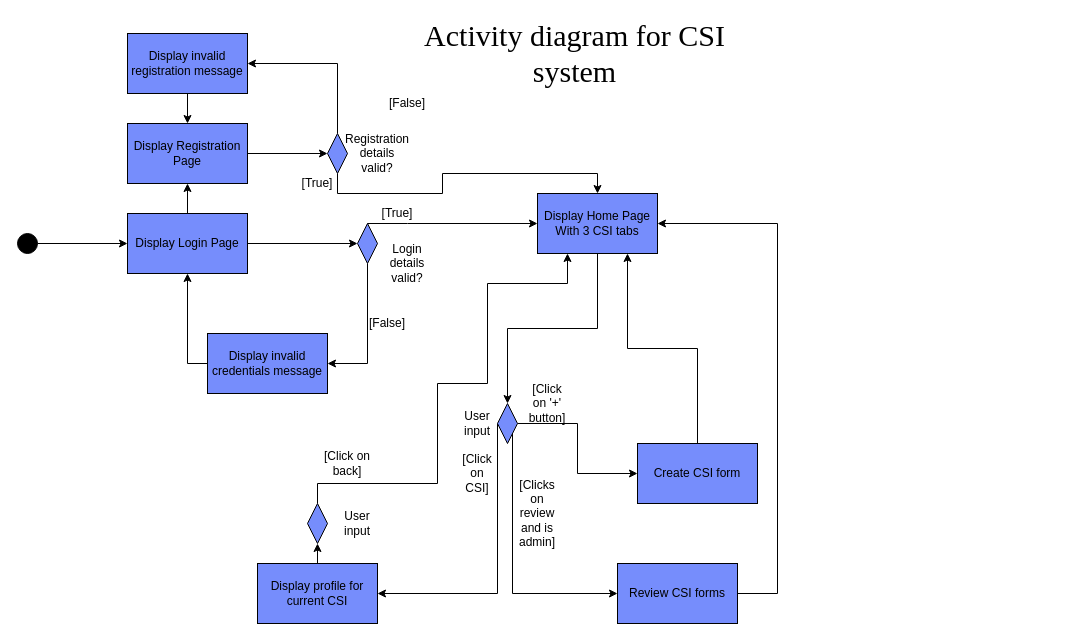
This is Diagrams/Activity Diagram.drawio from Makizoro/Overclock, a draw.io file, before an edit. Source tidied: cells renumbered, new cells numbered last; positions are measured from the earlier drawing's top-left corner, leaving out a move shared by most shapes. Both pictures are drawn from the tidied source at 100%, with x=0, y=0 at pixel (17, 33).
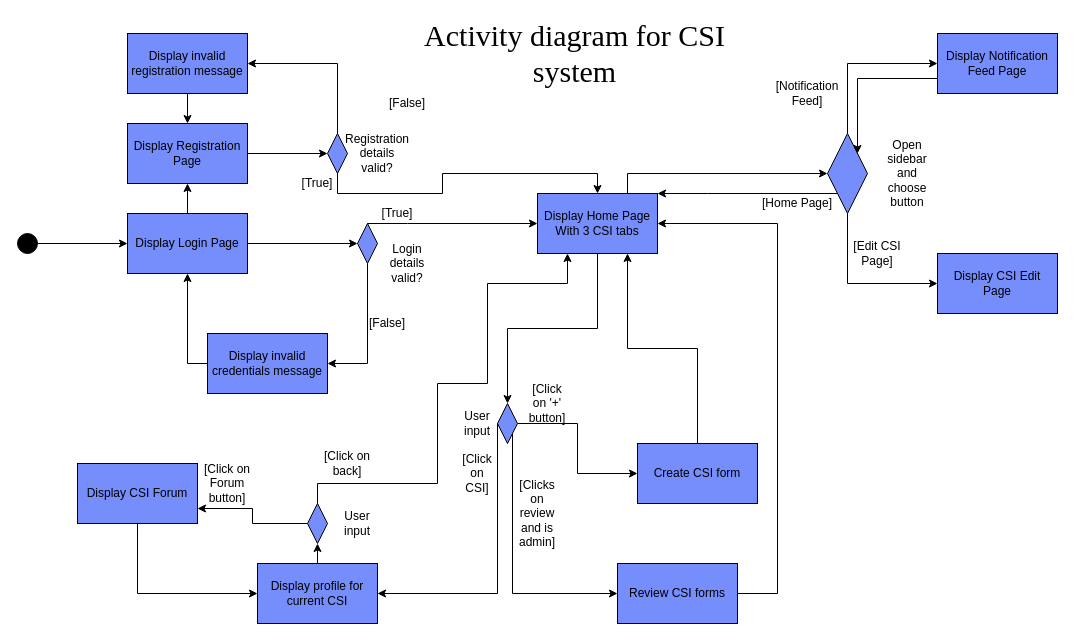
The same diagram, later.

Unchanged cells that the change refers to:
```xml
<mxCell id="15" value="Display Home Page&lt;br&gt;With 3 CSI tabs" style="rounded=0;whiteSpace=wrap;html=1;fillColor=#768DFC;strokeColor=#000000;" parent="1" vertex="1">
  <mxGeometry x="520" y="160" width="120" height="60" as="geometry" />
</mxCell>
<mxCell id="24" value="Display profile for current CSI" style="rounded=0;whiteSpace=wrap;html=1;fillColor=#768DFC;strokeColor=#000000;" parent="1" vertex="1">
  <mxGeometry x="240" y="530" width="120" height="60" as="geometry" />
</mxCell>
<mxCell id="43" style="rhombus;whiteSpace=wrap;html=1;fillColor=#768DFC;strokeColor=#000000;" parent="1" vertex="1">
  <mxGeometry x="290" y="470" width="20" height="40" as="geometry" />
</mxCell>
```

The edit, as a diff of the source:
```diff
@@
+    <mxCell id="46" style="edgeStyle=orthogonalEdgeStyle;rounded=0;jettySize=auto;html=1;exitX=0.75;exitY=0;exitDx=0;exitDy=0;entryX=0;entryY=0.5;entryDx=0;entryDy=0;" parent="1" edge="1" source="15" target="51">
+      <mxGeometry relative="1" as="geometry" />
+    </mxCell>
@@
+    <mxCell id="47" style="edgeStyle=orthogonalEdgeStyle;rounded=0;jettySize=auto;html=1;exitX=0;exitY=0.5;exitDx=0;exitDy=0;entryX=1;entryY=0.75;entryDx=0;entryDy=0;" parent="1" edge="1" source="43" target="60">
+      <mxGeometry relative="1" as="geometry" />
+    </mxCell>
@@
+    <mxCell id="48" style="edgeStyle=orthogonalEdgeStyle;rounded=0;jettySize=auto;html=1;exitX=0;exitY=1;exitDx=0;exitDy=0;entryX=1;entryY=0;entryDx=0;entryDy=0;" parent="1" edge="1" source="51" target="15">
+      <mxGeometry relative="1" as="geometry">
+        <Array as="points">
+          <mxPoint x="690" y="160" />
+          <mxPoint x="690" y="160" />
+        </Array>
+      </mxGeometry>
+    </mxCell>
+    <mxCell id="49" style="edgeStyle=orthogonalEdgeStyle;rounded=0;jettySize=auto;html=1;exitX=0.5;exitY=0;exitDx=0;exitDy=0;entryX=0;entryY=0.5;entryDx=0;entryDy=0;" parent="1" edge="1" source="51" target="55">
+      <mxGeometry relative="1" as="geometry" />
+    </mxCell>
+    <mxCell id="50" style="edgeStyle=orthogonalEdgeStyle;rounded=0;jettySize=auto;html=1;exitX=0.5;exitY=1;exitDx=0;exitDy=0;entryX=0;entryY=0.5;entryDx=0;entryDy=0;" parent="1" edge="1" source="51" target="57">
+      <mxGeometry relative="1" as="geometry" />
+    </mxCell>
+    <mxCell id="51" style="rhombus;whiteSpace=wrap;html=1;fillColor=#768DFC;strokeColor=#000000;" parent="1" vertex="1">
+      <mxGeometry x="810" y="100" width="40" height="80" as="geometry" />
+    </mxCell>
+    <mxCell id="52" value="Open sidebar and choose button" style="text;html=1;strokeColor=none;fillColor=none;align=center;verticalAlign=middle;whiteSpace=wrap;rounded=0;" parent="1" vertex="1">
+      <mxGeometry x="870" y="130" width="40" height="20" as="geometry" />
+    </mxCell>
+    <mxCell id="53" value="[Home Page]" style="text;html=1;strokeColor=none;fillColor=none;align=center;verticalAlign=middle;whiteSpace=wrap;rounded=0;" parent="1" vertex="1">
+      <mxGeometry x="740" y="160" width="80" height="20" as="geometry" />
+    </mxCell>
+    <mxCell id="54" style="edgeStyle=orthogonalEdgeStyle;rounded=0;jettySize=auto;html=1;exitX=0;exitY=0.75;exitDx=0;exitDy=0;entryX=1;entryY=0;entryDx=0;entryDy=0;" parent="1" edge="1" source="55" target="51">
+      <mxGeometry relative="1" as="geometry" />
+    </mxCell>
+    <mxCell id="55" value="Display Notification Feed Page" style="rounded=0;whiteSpace=wrap;html=1;fillColor=#768DFC;strokeColor=#000000;" parent="1" vertex="1">
+      <mxGeometry x="920" width="120" height="60" as="geometry" />
+    </mxCell>
+    <mxCell id="56" value="[Notification Feed]" style="text;html=1;strokeColor=none;fillColor=none;align=center;verticalAlign=middle;whiteSpace=wrap;rounded=0;" parent="1" vertex="1">
+      <mxGeometry x="750" y="50" width="80" height="20" as="geometry" />
+    </mxCell>
+    <mxCell id="57" value="Display CSI Edit Page" style="rounded=0;whiteSpace=wrap;html=1;fillColor=#768DFC;strokeColor=#000000;" parent="1" vertex="1">
+      <mxGeometry x="920" y="220" width="120" height="60" as="geometry" />
+    </mxCell>
+    <mxCell id="58" value="[Edit CSI Page]" style="text;html=1;strokeColor=none;fillColor=none;align=center;verticalAlign=middle;whiteSpace=wrap;rounded=0;" parent="1" vertex="1">
+      <mxGeometry x="820" y="210" width="80" height="20" as="geometry" />
+    </mxCell>
+    <mxCell id="59" style="edgeStyle=orthogonalEdgeStyle;rounded=0;jettySize=auto;html=1;exitX=0.5;exitY=1;exitDx=0;exitDy=0;entryX=0;entryY=0.5;entryDx=0;entryDy=0;" parent="1" edge="1" source="60" target="24">
+      <mxGeometry relative="1" as="geometry" />
+    </mxCell>
+    <mxCell id="60" value="Display CSI Forum" style="rounded=0;whiteSpace=wrap;html=1;fillColor=#768DFC;strokeColor=#000000;" parent="1" vertex="1">
+      <mxGeometry x="60" y="430" width="120" height="60" as="geometry" />
+    </mxCell>
+    <mxCell id="61" value="[Click on Forum button]" style="text;html=1;strokeColor=none;fillColor=none;align=center;verticalAlign=middle;whiteSpace=wrap;rounded=0;" parent="1" vertex="1">
+      <mxGeometry x="180" y="440" width="60" height="20" as="geometry" />
+    </mxCell>
```
